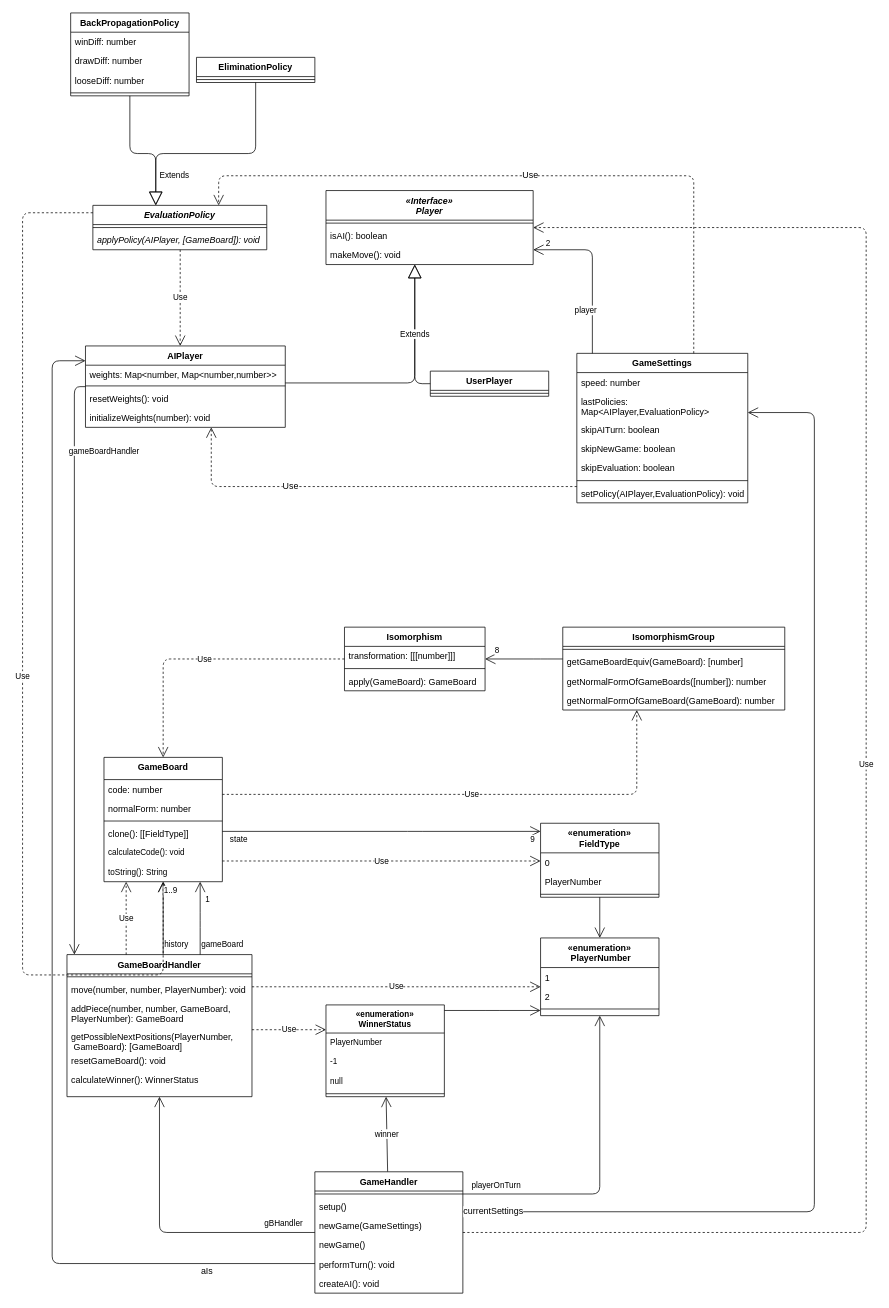
The draw.io diagram ProductBacklog/Klassendiagramme/Planung.drawio in idlaviV/TIKTacToe, before the edit. Source tidied: cells renumbered, new cells numbered last; positions are measured from the earlier drawing's top-left corner, leaving out a move shared by most shapes. Both pictures are drawn from the tidied source at 74%, with x=0, y=0 at pixel (22, 13).
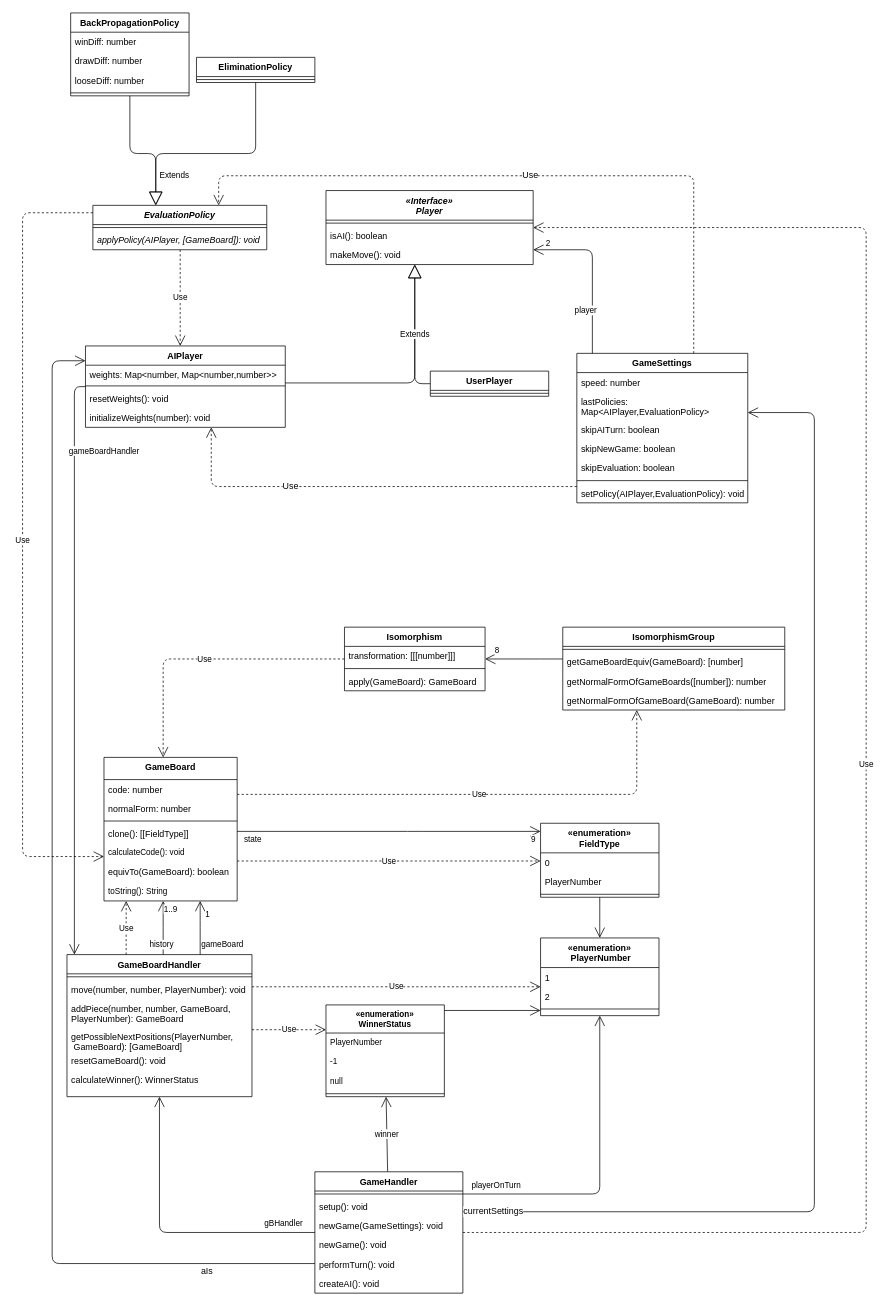
Above is the later version.

Commit message:
Kleinigkeiten im Klassendiagramm

Unchanged cells that the change refers to:
```xml
<mxCell id="9" value="GameBoardHandler" style="swimlane;fontStyle=1;align=center;verticalAlign=top;horizontal=1;startSize=26;rounded=0;shadow=0;strokeWidth=1;" parent="1" vertex="1">
  <mxGeometry x="60" y="1272.5" width="250" height="192" as="geometry" />
</mxCell>
<mxCell id="55" value="EvaluationPolicy" style="swimlane;fontStyle=3;align=center;verticalAlign=top;horizontal=1;startSize=26;" parent="1" vertex="1">
  <mxGeometry x="95" y="260" width="235" height="60" as="geometry" />
</mxCell>
<mxCell id="77" value="GameHandler" style="swimlane;fontStyle=1;align=center;verticalAlign=top;horizontal=1;startSize=26;labelBackgroundColor=default;fillStyle=auto;" parent="1" vertex="1">
  <mxGeometry x="395" y="1566" width="200" height="164" as="geometry" />
</mxCell>
```

Diff of the diagram source:
```diff
@@
     <mxCell id="2" value="GameBoard" style="swimlane;fontStyle=1;align=center;verticalAlign=top;horizontal=1;startSize=30;rounded=0;shadow=0;strokeWidth=1;" parent="1" vertex="1">
-      <mxGeometry x="110" y="1006" width="160" height="168" as="geometry" />
+      <mxGeometry x="110" y="1006" width="180" height="194" as="geometry" />
     </mxCell>
     <mxCell id="3" value="code: number" style="text;align=left;verticalAlign=top;spacingLeft=4;spacingRight=4;overflow=hidden;rounded=0;shadow=0;html=0;" parent="2" vertex="1">
-      <mxGeometry y="30" width="160" height="26" as="geometry" />
+      <mxGeometry y="30" width="180" height="26" as="geometry" />
     </mxCell>
     <mxCell id="4" value="normalForm: number" style="text;strokeColor=none;fillColor=none;align=left;verticalAlign=top;spacingLeft=4;spacingRight=4;overflow=hidden;" parent="2" vertex="1">
-      <mxGeometry y="56" width="160" height="26" as="geometry" />
+      <mxGeometry y="56" width="180" height="26" as="geometry" />
     </mxCell>
     <mxCell id="5" style="line;html=1;strokeWidth=1;align=left;verticalAlign=middle;spacingTop=-1;spacingLeft=3;spacingRight=3;labelPosition=right;rounded=0;" parent="2" vertex="1">
-      <mxGeometry y="82" width="160" height="8" as="geometry" />
+      <mxGeometry y="82" width="180" height="8" as="geometry" />
     </mxCell>
     <mxCell id="6" value="clone(): [[FieldType]]" style="text;align=left;verticalAlign=top;spacingLeft=4;spacingRight=4;overflow=hidden;fontStyle=0;rounded=0;" parent="2" vertex="1">
-      <mxGeometry y="90" width="160" height="26" as="geometry" />
+      <mxGeometry y="90" width="180" height="26" as="geometry" />
     </mxCell>
     <mxCell id="7" value="calculateCode(): void" style="text;strokeColor=none;fillColor=none;align=left;verticalAlign=top;spacingLeft=4;spacingRight=4;overflow=hidden;fontFamily=Helvetica;fontSize=11;fontColor=default;rounded=0;" parent="2" vertex="1">
-      <mxGeometry y="116" width="160" height="26" as="geometry" />
+      <mxGeometry y="116" width="180" height="26" as="geometry" />
     </mxCell>
+    <mxCell id="110" value="equivTo(GameBoard): boolean" style="text;strokeColor=none;fillColor=none;align=left;verticalAlign=top;spacingLeft=4;spacingRight=4;overflow=hidden;" parent="2" vertex="1">
+      <mxGeometry y="142" width="180" height="26" as="geometry" />
+    </mxCell>
     <mxCell id="8" value="toString(): String" style="text;strokeColor=none;fillColor=none;align=left;verticalAlign=top;spacingLeft=4;spacingRight=4;overflow=hidden;fontFamily=Helvetica;fontSize=11;fontColor=default;rounded=0;" parent="2" vertex="1">
-      <mxGeometry y="142" width="160" height="26" as="geometry" />
+      <mxGeometry y="168" width="180" height="26" as="geometry" />
     </mxCell>
@@
     <mxCell id="68" value="Use" style="endArrow=open;endSize=12;dashed=1;html=1;edgeStyle=orthogonalEdgeStyle;elbow=vertical;" parent="1" edge="1" source="55" target="2">
       <mxGeometry relative="1" as="geometry">
         <Array as="points">
           <mxPoint y="270" />
-          <mxPoint y="1300" />
+          <mxPoint y="1140" />
         </Array>
       </mxGeometry>
     </mxCell>
@@
-    <mxCell id="79" value="setup()" style="text;strokeColor=none;fillColor=none;align=left;verticalAlign=top;spacingLeft=4;spacingRight=4;overflow=hidden;" parent="77" vertex="1">
+    <mxCell id="79" value="setup(): void" style="text;strokeColor=none;fillColor=none;align=left;verticalAlign=top;spacingLeft=4;spacingRight=4;overflow=hidden;" parent="77" vertex="1">
       <mxGeometry y="34" width="200" height="26" as="geometry" />
     </mxCell>
-    <mxCell id="80" value="newGame(GameSettings)" style="text;strokeColor=none;fillColor=none;align=left;verticalAlign=top;spacingLeft=4;spacingRight=4;overflow=hidden;" parent="77" vertex="1">
+    <mxCell id="80" value="newGame(GameSettings): void" style="text;strokeColor=none;fillColor=none;align=left;verticalAlign=top;spacingLeft=4;spacingRight=4;overflow=hidden;" parent="77" vertex="1">
       <mxGeometry y="60" width="200" height="26" as="geometry" />
     </mxCell>
-    <mxCell id="81" value="newGame()" style="text;strokeColor=none;fillColor=none;align=left;verticalAlign=top;spacingLeft=4;spacingRight=4;overflow=hidden;" parent="77" vertex="1">
+    <mxCell id="81" value="newGame(): void" style="text;strokeColor=none;fillColor=none;align=left;verticalAlign=top;spacingLeft=4;spacingRight=4;overflow=hidden;" parent="77" vertex="1">
       <mxGeometry y="86" width="200" height="26" as="geometry" />
     </mxCell>
@@
     <mxCell id="96" value="1..9" style="endArrow=open;html=1;edgeStyle=orthogonalEdgeStyle;endSize=12;endFill=0;" parent="1" edge="1" source="9" target="2">
-      <mxGeometry x="0.76" y="-10" relative="1" as="geometry">
+      <mxGeometry x="0.72" y="-10" relative="1" as="geometry">
         <Array as="points">
           <mxPoint x="190" y="1246" />
           <mxPoint x="190" y="1246" />
         </Array>
       </mxGeometry>
     </mxCell>
     <mxCell id="97" value="history" style="edgeLabel;html=1;align=left;verticalAlign=bottom;" parent="96" vertex="1">
       <mxGeometry x="-1" relative="1" as="geometry">
-        <mxPoint y="-6" as="offset" />
+        <mxPoint x="-20" y="-6" as="offset" />
       </mxGeometry>
     </mxCell>
```
